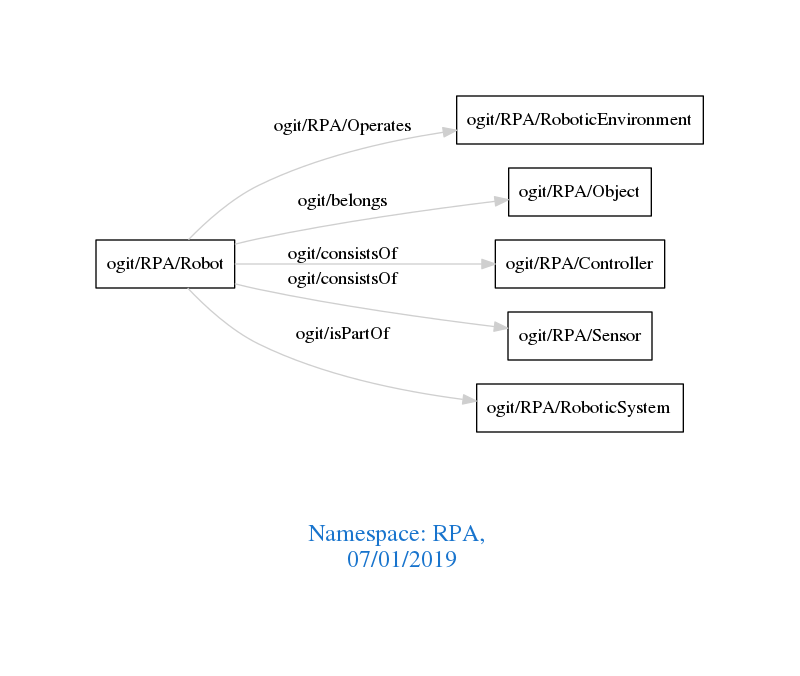
Earlier version of the Graphviz export downloads/RPA.png (arago/OGIT). Its source is kept beside it as downloads/RPA.dot.
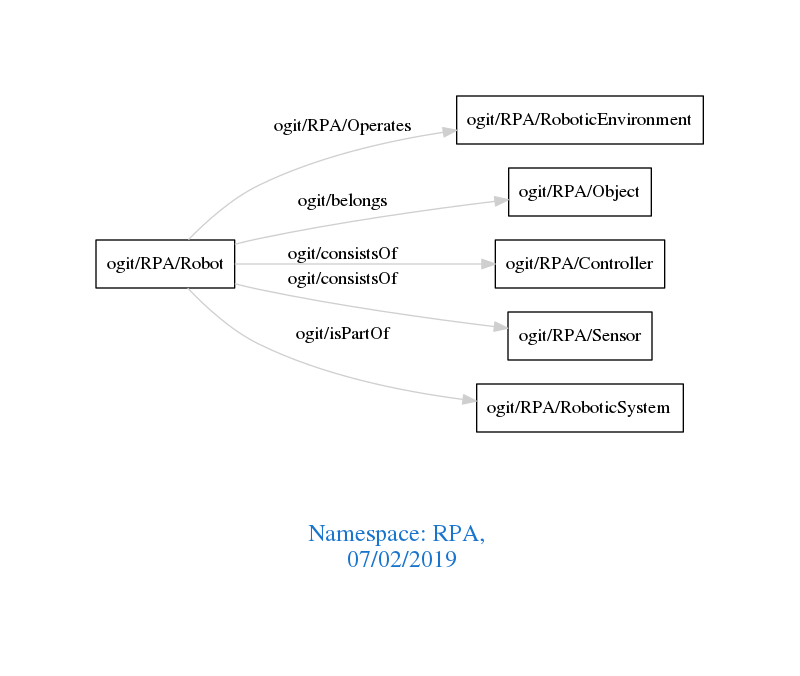
The same file after the commit.

Change to the diagram source:
```diff
@@ -1,7 +1,7 @@
 digraph OGIT_ontology {
  graph [ rankdir= LR,pad=1
 fontsize = 18,
-fontcolor= dodgerblue3,label = "\n\n\nNamespace: RPA, \n 07/01/2019"];
+fontcolor= dodgerblue3,label = "\n\n\nNamespace: RPA, \n 07/02/2019"];
 node[shape=polygon];
 edge [  color="gray81"];
 
```
